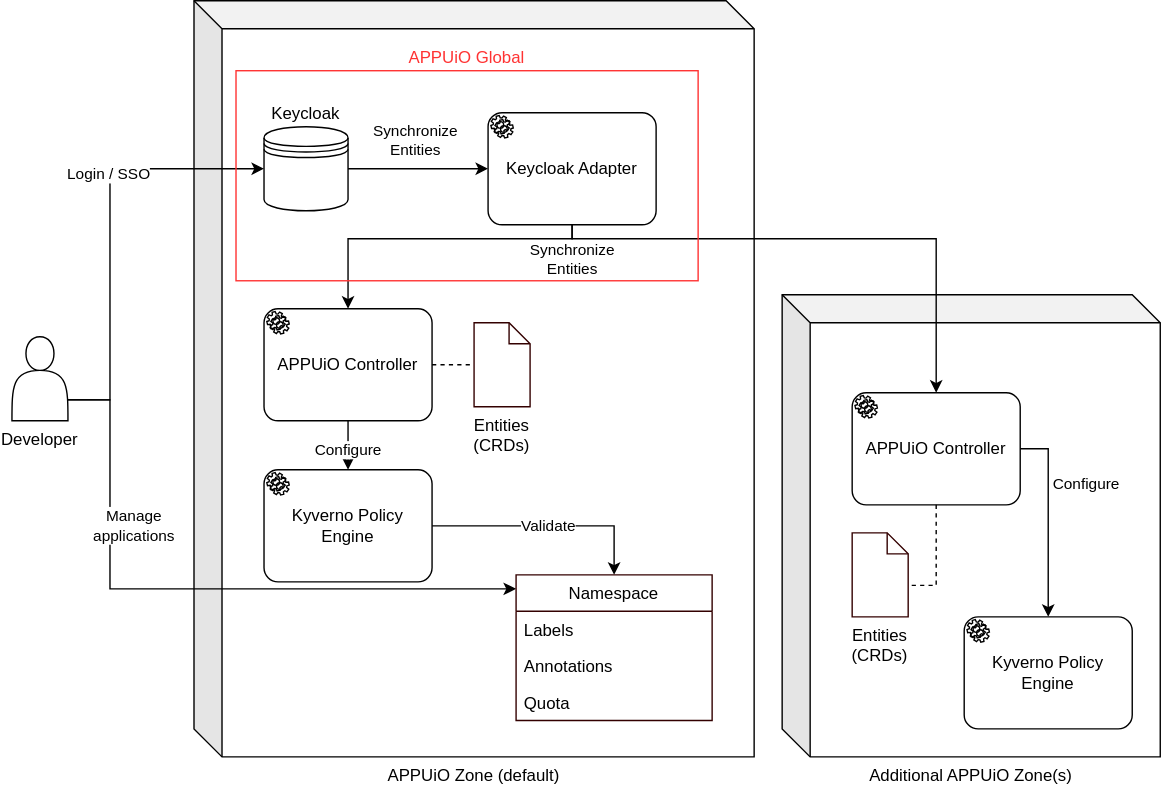
The draw.io diagram docs/modules/ROOT/assets/images/system/systemidea.drawio.svg in appuio/appuio-io-docs, before a commit. Source tidied: cells renumbered, new cells last; positions are measured from the earlier drawing's top-left corner, leaving out a move shared by most shapes.
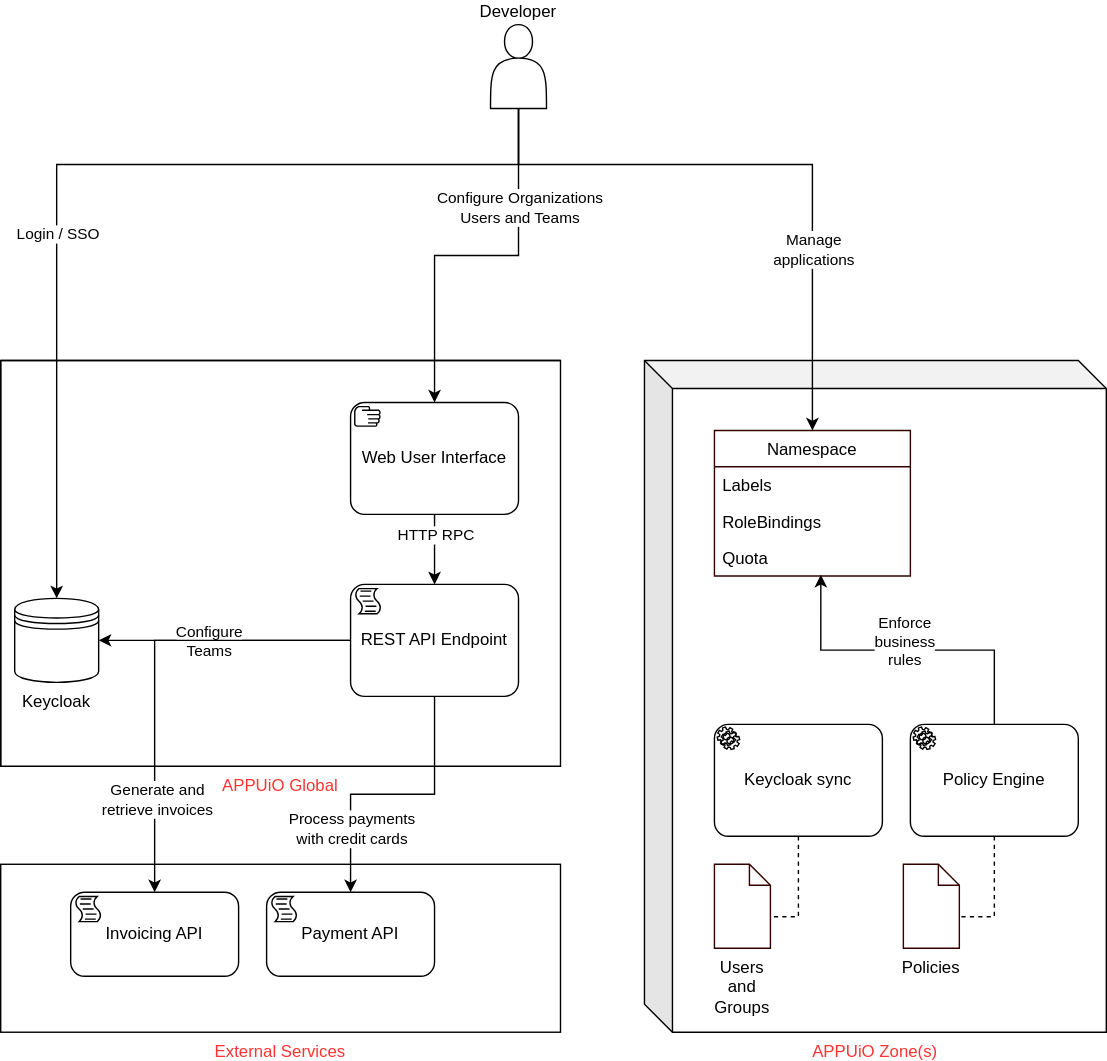
The same diagram one commit later.

Commit message:
Update system idea with latest development

Diff of the diagram source:
```diff
@@ -2,133 +2,145 @@
   <root>
     <mxCell id="0" />
     <mxCell id="1" parent="0" />
-    <mxCell id="2" value="APPUiO Zone (default)" style="shape=cube;whiteSpace=wrap;html=1;boundedLbl=1;backgroundOutline=1;darkOpacity=0.05;darkOpacity2=0.1;labelPosition=center;verticalLabelPosition=bottom;align=center;verticalAlign=top;" parent="1" vertex="1">
-      <mxGeometry x="130" width="400" height="540" as="geometry" />
-    </mxCell>
+    <mxCell id="35" style="group;" parent="1" vertex="1">
+      <mxGeometry x="480" y="220" width="330" height="480" as="geometry" />
+    </mxCell>
-    <mxCell id="3" value="Additional APPUiO Zone(s)" style="shape=cube;whiteSpace=wrap;html=1;boundedLbl=1;backgroundOutline=1;darkOpacity=0.05;darkOpacity2=0.1;labelPosition=center;verticalLabelPosition=bottom;align=center;verticalAlign=top;" parent="1" vertex="1">
-      <mxGeometry x="550" y="210" width="270" height="330" as="geometry" />
+    <mxCell id="3" value="APPUiO Zone(s)" style="shape=cube;whiteSpace=wrap;html=1;boundedLbl=1;backgroundOutline=1;darkOpacity=0.05;darkOpacity2=0.1;labelPosition=center;verticalLabelPosition=bottom;align=center;verticalAlign=top;fontColor=#FF3333;" parent="35" vertex="1">
+      <mxGeometry width="330" height="480" as="geometry" />
     </mxCell>
-    <mxCell id="4" style="edgeStyle=orthogonalEdgeStyle;rounded=0;jettySize=auto;html=1;exitX=1;exitY=0.5;exitDx=0;exitDy=0;entryX=0;entryY=0.5;entryDx=0;entryDy=0;entryPerimeter=0;" parent="1" edge="1" source="6" target="22">
-      <mxGeometry relative="1" as="geometry" />
-    </mxCell>
-    <mxCell id="5" value="Synchronize&lt;br&gt;Entities" style="edgeLabel;html=1;align=center;verticalAlign=middle;" parent="4" vertex="1">
-      <mxGeometry x="-0.23" y="1" relative="1" as="geometry">
-        <mxPoint x="9" y="-19" as="offset" />
-      </mxGeometry>
-    </mxCell>
-    <mxCell id="6" value="Keycloak" style="shape=datastore;whiteSpace=wrap;html=1;labelPosition=center;verticalLabelPosition=top;align=center;verticalAlign=bottom;" parent="1" vertex="1">
-      <mxGeometry x="180" y="90" width="60" height="60" as="geometry" />
-    </mxCell>
-    <mxCell id="7" style="edgeStyle=orthogonalEdgeStyle;rounded=0;jettySize=auto;html=1;exitX=1;exitY=0.75;exitDx=0;exitDy=0;entryX=0;entryY=0.5;entryDx=0;entryDy=0;" parent="1" edge="1" source="11" target="6">
-      <mxGeometry relative="1" as="geometry">
-        <Array as="points">
-          <mxPoint x="70" y="285" />
-          <mxPoint x="70" y="120" />
-        </Array>
-      </mxGeometry>
-    </mxCell>
-    <mxCell id="8" value="Login / SSO" style="edgeLabel;html=1;align=center;verticalAlign=middle;" parent="7" vertex="1">
-      <mxGeometry x="0.26" y="1" relative="1" as="geometry" />
-    </mxCell>
-    <mxCell id="9" style="edgeStyle=orthogonalEdgeStyle;rounded=0;jettySize=auto;html=1;exitX=1;exitY=0.75;exitDx=0;exitDy=0;" parent="1" edge="1" source="11" target="27">
-      <mxGeometry relative="1" as="geometry">
-        <Array as="points">
-          <mxPoint x="70" y="285" />
-          <mxPoint x="70" y="420" />
-        </Array>
-      </mxGeometry>
-    </mxCell>
-    <mxCell id="10" value="Manage&lt;br&gt;applications" style="edgeLabel;html=1;align=center;verticalAlign=middle;" parent="9" vertex="1">
-      <mxGeometry x="-0.2" y="-2" relative="1" as="geometry">
-        <mxPoint y="-47" as="offset" />
-      </mxGeometry>
-    </mxCell>
-    <mxCell id="11" value="Developer" style="shape=actor;whiteSpace=wrap;html=1;labelPosition=center;verticalLabelPosition=bottom;align=center;verticalAlign=top;" parent="1" vertex="1">
-      <mxGeometry y="240" width="40" height="60" as="geometry" />
-    </mxCell>
-    <mxCell id="12" style="edgeStyle=orthogonalEdgeStyle;rounded=0;jettySize=auto;html=1;" parent="1" edge="1" source="15" target="25">
-      <mxGeometry relative="1" as="geometry" />
-    </mxCell>
-    <mxCell id="13" value="Configure" style="edgeLabel;html=1;align=center;verticalAlign=middle;" parent="12" vertex="1">
-      <mxGeometry x="-0.78" y="-1" relative="1" as="geometry">
-        <mxPoint x="1" y="16" as="offset" />
-      </mxGeometry>
-    </mxCell>
-    <mxCell id="14" style="edgeStyle=orthogonalEdgeStyle;rounded=0;jettySize=auto;html=1;exitX=1;exitY=0.5;exitDx=0;exitDy=0;exitPerimeter=0;entryX=0;entryY=0.5;entryDx=0;entryDy=0;entryPerimeter=0;dashed=1;endArrow=none;endFill=0;" parent="1" edge="1" source="15" target="32">
-      <mxGeometry relative="1" as="geometry" />
-    </mxCell>
-    <mxCell id="15" value="APPUiO Controller" style="points=[[0.25,0,0],[0.5,0,0],[0.75,0,0],[1,0.25,0],[1,0.5,0],[1,0.75,0],[0.75,1,0],[0.5,1,0],[0.25,1,0],[0,0.75,0],[0,0.5,0],[0,0.25,0]];shape=mxgraph.bpmn.task;whiteSpace=wrap;rectStyle=rounded;size=10;taskMarker=service;" parent="1" vertex="1">
-      <mxGeometry x="180" y="220" width="120" height="80" as="geometry" />
-    </mxCell>
-    <mxCell id="16" style="edgeStyle=orthogonalEdgeStyle;rounded=0;jettySize=auto;html=1;entryX=0.5;entryY=0;entryDx=0;entryDy=0;entryPerimeter=0;exitX=1;exitY=0.5;exitDx=0;exitDy=0;exitPerimeter=0;" parent="1" edge="1" source="18" target="26">
-      <mxGeometry relative="1" as="geometry" />
-    </mxCell>
-    <mxCell id="17" value="Configure" style="edgeLabel;html=1;align=center;verticalAlign=middle;" parent="16" vertex="1">
-      <mxGeometry x="-0.36" y="2" relative="1" as="geometry">
-        <mxPoint x="25" as="offset" />
-      </mxGeometry>
-    </mxCell>
-    <mxCell id="18" value="APPUiO Controller" style="points=[[0.25,0,0],[0.5,0,0],[0.75,0,0],[1,0.25,0],[1,0.5,0],[1,0.75,0],[0.75,1,0],[0.5,1,0],[0.25,1,0],[0,0.75,0],[0,0.5,0],[0,0.25,0]];shape=mxgraph.bpmn.task;whiteSpace=wrap;rectStyle=rounded;size=10;taskMarker=service;" parent="1" vertex="1">
-      <mxGeometry x="600" y="280" width="120" height="80" as="geometry" />
+    <mxCell id="18" value="Keycloak sync" style="points=[[0.25,0,0],[0.5,0,0],[0.75,0,0],[1,0.25,0],[1,0.5,0],[1,0.75,0],[0.75,1,0],[0.5,1,0],[0.25,1,0],[0,0.75,0],[0,0.5,0],[0,0.25,0]];shape=mxgraph.bpmn.task;whiteSpace=wrap;rectStyle=rounded;size=10;taskMarker=service;" parent="35" vertex="1">
+      <mxGeometry x="50" y="260" width="120" height="80" as="geometry" />
     </mxCell>
-    <mxCell id="19" style="edgeStyle=orthogonalEdgeStyle;rounded=0;jettySize=auto;html=1;exitX=0.5;exitY=1;exitDx=0;exitDy=0;exitPerimeter=0;entryX=0.5;entryY=0;entryDx=0;entryDy=0;entryPerimeter=0;" parent="1" edge="1" source="22" target="15">
-      <mxGeometry relative="1" as="geometry">
-        <Array as="points">
-          <mxPoint x="400" y="170" />
-          <mxPoint x="240" y="170" />
-        </Array>
-      </mxGeometry>
-    </mxCell>
-    <mxCell id="20" style="edgeStyle=orthogonalEdgeStyle;rounded=0;jettySize=auto;html=1;exitX=0.5;exitY=1;exitDx=0;exitDy=0;exitPerimeter=0;" parent="1" edge="1" source="22" target="18">
-      <mxGeometry relative="1" as="geometry">
-        <Array as="points">
-          <mxPoint x="400" y="170" />
-        </Array>
-      </mxGeometry>
-    </mxCell>
-    <mxCell id="21" value="Synchronize&lt;br&gt;Entities" style="edgeLabel;html=1;align=center;verticalAlign=middle;" parent="20" vertex="1">
-      <mxGeometry x="-0.22" y="1" relative="1" as="geometry">
-        <mxPoint x="-139" y="16" as="offset" />
-      </mxGeometry>
-    </mxCell>
-    <mxCell id="22" value="Keycloak Adapter" style="points=[[0.25,0,0],[0.5,0,0],[0.75,0,0],[1,0.25,0],[1,0.5,0],[1,0.75,0],[0.75,1,0],[0.5,1,0],[0.25,1,0],[0,0.75,0],[0,0.5,0],[0,0.25,0]];shape=mxgraph.bpmn.task;whiteSpace=wrap;rectStyle=rounded;size=10;taskMarker=service;" parent="1" vertex="1">
-      <mxGeometry x="340" y="80" width="120" height="80" as="geometry" />
-    </mxCell>
-    <mxCell id="23" style="edgeStyle=orthogonalEdgeStyle;rounded=0;jettySize=auto;html=1;exitX=1;exitY=0.5;exitDx=0;exitDy=0;exitPerimeter=0;entryX=0.5;entryY=0;entryDx=0;entryDy=0;endArrow=classic;endFill=1;" parent="1" edge="1" source="25" target="27">
-      <mxGeometry relative="1" as="geometry" />
-    </mxCell>
-    <mxCell id="24" value="Validate" style="edgeLabel;html=1;align=center;verticalAlign=middle;" parent="23" vertex="1">
-      <mxGeometry x="0.01" relative="1" as="geometry" />
-    </mxCell>
-    <mxCell id="25" value="Kyverno Policy Engine" style="points=[[0.25,0,0],[0.5,0,0],[0.75,0,0],[1,0.25,0],[1,0.5,0],[1,0.75,0],[0.75,1,0],[0.5,1,0],[0.25,1,0],[0,0.75,0],[0,0.5,0],[0,0.25,0]];shape=mxgraph.bpmn.task;whiteSpace=wrap;rectStyle=rounded;size=10;taskMarker=service;" parent="1" vertex="1">
-      <mxGeometry x="180" y="335" width="120" height="80" as="geometry" />
-    </mxCell>
-    <mxCell id="26" value="Kyverno Policy Engine" style="points=[[0.25,0,0],[0.5,0,0],[0.75,0,0],[1,0.25,0],[1,0.5,0],[1,0.75,0],[0.75,1,0],[0.5,1,0],[0.25,1,0],[0,0.75,0],[0,0.5,0],[0,0.25,0]];shape=mxgraph.bpmn.task;whiteSpace=wrap;rectStyle=rounded;size=10;taskMarker=service;" parent="1" vertex="1">
-      <mxGeometry x="680" y="440" width="120" height="80" as="geometry" />
+    <mxCell id="26" value="Policy Engine" style="points=[[0.25,0,0],[0.5,0,0],[0.75,0,0],[1,0.25,0],[1,0.5,0],[1,0.75,0],[0.75,1,0],[0.5,1,0],[0.25,1,0],[0,0.75,0],[0,0.5,0],[0,0.25,0]];shape=mxgraph.bpmn.task;whiteSpace=wrap;rectStyle=rounded;size=10;taskMarker=service;" parent="35" vertex="1">
+      <mxGeometry x="190" y="260" width="120" height="80" as="geometry" />
     </mxCell>
+    <mxCell id="33" value="Users&lt;br&gt;and&lt;br&gt;Groups" style="shape=mxgraph.bpmn.data;labelPosition=center;verticalLabelPosition=bottom;align=center;verticalAlign=top;whiteSpace=wrap;size=15;html=1;strokeColor=#330000;" parent="35" vertex="1">
+      <mxGeometry x="50" y="360" width="40" height="60" as="geometry" />
+    </mxCell>
+    <mxCell id="34" style="edgeStyle=orthogonalEdgeStyle;rounded=0;jettySize=auto;html=1;exitX=0.5;exitY=1;exitDx=0;exitDy=0;exitPerimeter=0;entryX=0;entryY=0;entryDx=40;entryDy=37.5;entryPerimeter=0;dashed=1;endArrow=none;endFill=0;" parent="35" edge="1" source="18" target="33">
+      <mxGeometry y="190" as="geometry" />
+    </mxCell>
+    <mxCell id="36" value="Policies" style="shape=mxgraph.bpmn.data;labelPosition=center;verticalLabelPosition=bottom;align=center;verticalAlign=top;whiteSpace=wrap;size=15;html=1;strokeColor=#330000;" parent="35" vertex="1">
+      <mxGeometry x="185" y="360" width="40" height="60" as="geometry" />
+    </mxCell>
+    <mxCell id="37" style="edgeStyle=orthogonalEdgeStyle;rounded=0;jettySize=auto;html=1;exitX=0.5;exitY=1;exitDx=0;exitDy=0;exitPerimeter=0;entryX=0;entryY=0;entryDx=40;entryDy=37.5;entryPerimeter=0;dashed=1;endArrow=none;endFill=0;" parent="35" edge="1" source="26" target="36">
+      <mxGeometry y="190" as="geometry">
+        <Array as="points">
+          <mxPoint x="250" y="398" />
+        </Array>
+      </mxGeometry>
+    </mxCell>
-    <mxCell id="27" value="Namespace" style="swimlane;fontStyle=0;horizontal=1;startSize=26;fillColor=none;strokeColor=#330000;" parent="1" vertex="1">
-      <mxGeometry x="360" y="410" width="140" height="104" as="geometry" />
+    <mxCell id="27" value="Namespace" style="swimlane;fontStyle=0;horizontal=1;startSize=26;fillColor=none;strokeColor=#330000;" parent="35" vertex="1">
+      <mxGeometry x="50" y="50" width="140" height="104" as="geometry" />
     </mxCell>
     <mxCell id="28" value="Labels" style="text;strokeColor=none;fillColor=none;align=left;verticalAlign=top;spacingLeft=4;spacingRight=4;overflow=hidden;" parent="27" vertex="1">
       <mxGeometry y="26" width="140" height="26" as="geometry" />
     </mxCell>
-    <mxCell id="29" value="Annotations" style="text;strokeColor=none;fillColor=none;align=left;verticalAlign=top;spacingLeft=4;spacingRight=4;overflow=hidden;" parent="27" vertex="1">
+    <mxCell id="29" value="RoleBindings" style="text;strokeColor=none;fillColor=none;align=left;verticalAlign=top;spacingLeft=4;spacingRight=4;overflow=hidden;" parent="27" vertex="1">
       <mxGeometry y="52" width="140" height="26" as="geometry" />
     </mxCell>
     <mxCell id="30" value="Quota" style="text;strokeColor=none;fillColor=none;align=left;verticalAlign=top;spacingLeft=4;spacingRight=4;overflow=hidden;points=[[0,0.5],[1,0.5]];portConstraint=eastwest;" parent="27" vertex="1">
       <mxGeometry y="78" width="140" height="26" as="geometry" />
     </mxCell>
-    <mxCell id="31" value="APPUiO Global" style="rounded=0;whiteSpace=wrap;html=1;fillColor=none;strokeColor=#FF3333;labelPosition=center;verticalLabelPosition=top;align=center;verticalAlign=bottom;fontColor=#FF3333;" parent="1" vertex="1">
-      <mxGeometry x="160" y="50" width="330" height="150" as="geometry" />
-    </mxCell>
-    <mxCell id="32" value="Entities&lt;br&gt;(CRDs)" style="shape=mxgraph.bpmn.data;labelPosition=center;verticalLabelPosition=bottom;align=center;verticalAlign=top;whiteSpace=wrap;size=15;html=1;strokeColor=#330000;" parent="1" vertex="1">
-      <mxGeometry x="330" y="230" width="40" height="60" as="geometry" />
-    </mxCell>
-    <mxCell id="33" value="Entities&lt;br&gt;(CRDs)" style="shape=mxgraph.bpmn.data;labelPosition=center;verticalLabelPosition=bottom;align=center;verticalAlign=top;whiteSpace=wrap;size=15;html=1;strokeColor=#330000;" parent="1" vertex="1">
-      <mxGeometry x="600" y="380" width="40" height="60" as="geometry" />
-    </mxCell>
-    <mxCell id="34" style="edgeStyle=orthogonalEdgeStyle;rounded=0;jettySize=auto;html=1;exitX=0.5;exitY=1;exitDx=0;exitDy=0;exitPerimeter=0;entryX=0;entryY=0;entryDx=40;entryDy=37.5;entryPerimeter=0;dashed=1;endArrow=none;endFill=0;" parent="1" edge="1" source="18" target="33">
-      <mxGeometry relative="1" as="geometry" />
-    </mxCell>
+    <mxCell id="38" style="edgeStyle=orthogonalEdgeStyle;rounded=0;jettySize=auto;html=1;entryX=0.543;entryY=0.968;entryDx=0;entryDy=0;entryPerimeter=0;" parent="35" edge="1" source="26" target="30">
+      <mxGeometry as="geometry" />
+    </mxCell>
+    <mxCell id="39" value="Enforce&lt;br&gt;business&lt;br&gt;rules" style="edgeLabel;html=1;align=center;verticalAlign=middle;" parent="38" vertex="1">
+      <mxGeometry x="-0.53" y="-2" relative="1" as="geometry">
+        <mxPoint x="-63" y="-5" as="offset" />
+      </mxGeometry>
+    </mxCell>
+    <mxCell id="40" value="External Services" style="rounded=0;whiteSpace=wrap;html=1;labelPosition=center;verticalLabelPosition=bottom;align=center;verticalAlign=top;fontColor=#FF3333;" parent="1" vertex="1">
+      <mxGeometry x="20" y="580" width="400" height="120" as="geometry" />
+    </mxCell>
+    <mxCell id="2" value="APPUiO Global" style="shape=cube;whiteSpace=wrap;html=1;boundedLbl=1;backgroundOutline=1;darkOpacity=0.05;darkOpacity2=0.1;labelPosition=center;verticalLabelPosition=bottom;align=center;verticalAlign=top;size=0;fontColor=#FF3333;" parent="1" vertex="1">
+      <mxGeometry x="20" y="220" width="400" height="290" as="geometry" />
+    </mxCell>
+    <mxCell id="6" value="Keycloak" style="shape=datastore;whiteSpace=wrap;html=1;labelPosition=center;verticalLabelPosition=bottom;align=center;verticalAlign=top;" parent="1" vertex="1">
+      <mxGeometry x="30" y="390" width="60" height="60" as="geometry" />
+    </mxCell>
+    <mxCell id="7" style="edgeStyle=orthogonalEdgeStyle;rounded=0;jettySize=auto;html=1;exitX=0.5;exitY=1;exitDx=0;exitDy=0;entryX=0.5;entryY=0;entryDx=0;entryDy=0;" parent="1" edge="1" source="11" target="6">
+      <mxGeometry relative="1" as="geometry">
+        <Array as="points">
+          <mxPoint x="150" y="80" />
+          <mxPoint x="130" y="80" />
+        </Array>
+      </mxGeometry>
+    </mxCell>
+    <mxCell id="8" value="Login / SSO" style="edgeLabel;html=1;align=center;verticalAlign=middle;" parent="7" vertex="1">
+      <mxGeometry x="0.26" y="1" relative="1" as="geometry">
+        <mxPoint x="-1" y="-8" as="offset" />
+      </mxGeometry>
+    </mxCell>
+    <mxCell id="41" style="edgeStyle=orthogonalEdgeStyle;rounded=0;jettySize=auto;html=1;exitX=0.5;exitY=1;exitDx=0;exitDy=0;entryX=0.5;entryY=0;entryDx=0;entryDy=0;entryPerimeter=0;" parent="1" edge="1" source="11" target="45">
+      <mxGeometry relative="1" as="geometry" />
+    </mxCell>
+    <mxCell id="42" value="Configure Organizations&lt;br&gt;Users and Teams" style="edgeLabel;html=1;align=center;verticalAlign=middle;" parent="41" vertex="1">
+      <mxGeometry x="0.34" y="1" relative="1" as="geometry">
+        <mxPoint x="59" y="-50" as="offset" />
+      </mxGeometry>
+    </mxCell>
+    <mxCell id="11" value="Developer" style="shape=actor;whiteSpace=wrap;html=1;labelPosition=center;verticalLabelPosition=top;align=center;verticalAlign=bottom;" parent="1" vertex="1">
+      <mxGeometry x="370" y="-20" width="40" height="60" as="geometry" />
+    </mxCell>
+    <mxCell id="43" style="edgeStyle=orthogonalEdgeStyle;rounded=0;jettySize=auto;html=1;" parent="1" edge="1" source="45" target="52">
+      <mxGeometry relative="1" as="geometry" />
+    </mxCell>
+    <mxCell id="44" value="HTTP RPC" style="edgeLabel;html=1;align=center;verticalAlign=middle;" parent="43" vertex="1">
+      <mxGeometry x="-0.71" relative="1" as="geometry">
+        <mxPoint y="7" as="offset" />
+      </mxGeometry>
+    </mxCell>
+    <mxCell id="45" value="Web User Interface" style="points=[[0.25,0,0],[0.5,0,0],[0.75,0,0],[1,0.25,0],[1,0.5,0],[1,0.75,0],[0.75,1,0],[0.5,1,0],[0.25,1,0],[0,0.75,0],[0,0.5,0],[0,0.25,0]];shape=mxgraph.bpmn.task;whiteSpace=wrap;rectStyle=rounded;size=10;taskMarker=manual;" parent="1" vertex="1">
+      <mxGeometry x="270" y="250" width="120" height="80" as="geometry" />
+    </mxCell>
+    <mxCell id="9" style="edgeStyle=orthogonalEdgeStyle;rounded=0;jettySize=auto;html=1;exitX=0.5;exitY=1;exitDx=0;exitDy=0;entryX=0.5;entryY=0;entryDx=0;entryDy=0;" parent="1" edge="1" source="11" target="27">
+      <mxGeometry relative="1" as="geometry">
+        <Array as="points">
+          <mxPoint x="390" y="80" />
+          <mxPoint x="600" y="80" />
+        </Array>
+      </mxGeometry>
+    </mxCell>
+    <mxCell id="10" value="Manage&lt;br&gt;applications" style="edgeLabel;html=1;align=center;verticalAlign=middle;" parent="9" vertex="1">
+      <mxGeometry x="-0.2" y="-2" relative="1" as="geometry">
+        <mxPoint x="74" y="58" as="offset" />
+      </mxGeometry>
+    </mxCell>
+    <mxCell id="46" style="edgeStyle=orthogonalEdgeStyle;rounded=0;jettySize=auto;html=1;" parent="1" edge="1" source="52" target="6">
+      <mxGeometry relative="1" as="geometry" />
+    </mxCell>
+    <mxCell id="47" value="Configure&lt;br&gt;Teams" style="edgeLabel;html=1;align=center;verticalAlign=middle;" parent="46" vertex="1">
+      <mxGeometry x="0.23" y="-1" relative="1" as="geometry">
+        <mxPoint x="9" y="1" as="offset" />
+      </mxGeometry>
+    </mxCell>
+    <mxCell id="48" style="edgeStyle=orthogonalEdgeStyle;rounded=0;jettySize=auto;html=1;entryX=0.5;entryY=0;entryDx=0;entryDy=0;entryPerimeter=0;" parent="1" edge="1" source="52" target="54">
+      <mxGeometry relative="1" as="geometry" />
+    </mxCell>
+    <mxCell id="49" value="Process payments&lt;br&gt;with credit cards" style="edgeLabel;html=1;align=center;verticalAlign=middle;fontColor=#000000;" parent="48" vertex="1">
+      <mxGeometry x="0.4" y="2" relative="1" as="geometry">
+        <mxPoint x="-2" y="14" as="offset" />
+      </mxGeometry>
+    </mxCell>
+    <mxCell id="50" style="edgeStyle=orthogonalEdgeStyle;rounded=0;jettySize=auto;html=1;entryX=0.5;entryY=0;entryDx=0;entryDy=0;entryPerimeter=0;" parent="1" edge="1" source="52" target="53">
+      <mxGeometry relative="1" as="geometry">
+        <Array as="points">
+          <mxPoint x="130" y="420" />
+        </Array>
+      </mxGeometry>
+    </mxCell>
+    <mxCell id="51" value="Generate and&lt;br&gt;retrieve invoices" style="edgeLabel;html=1;align=center;verticalAlign=middle;fontColor=#000000;" parent="50" vertex="1">
+      <mxGeometry x="0.58" y="1" relative="1" as="geometry" />
+    </mxCell>
+    <mxCell id="52" value="REST API Endpoint" style="points=[[0.25,0,0],[0.5,0,0],[0.75,0,0],[1,0.25,0],[1,0.5,0],[1,0.75,0],[0.75,1,0],[0.5,1,0],[0.25,1,0],[0,0.75,0],[0,0.5,0],[0,0.25,0]];shape=mxgraph.bpmn.task;whiteSpace=wrap;rectStyle=rounded;size=10;taskMarker=script;" parent="1" vertex="1">
+      <mxGeometry x="270" y="380" width="120" height="80" as="geometry" />
+    </mxCell>
+    <mxCell id="53" value="Invoicing API" style="points=[[0.25,0,0],[0.5,0,0],[0.75,0,0],[1,0.25,0],[1,0.5,0],[1,0.75,0],[0.75,1,0],[0.5,1,0],[0.25,1,0],[0,0.75,0],[0,0.5,0],[0,0.25,0]];shape=mxgraph.bpmn.task;whiteSpace=wrap;rectStyle=rounded;size=10;taskMarker=script;" parent="1" vertex="1">
+      <mxGeometry x="70" y="600" width="120" height="60" as="geometry" />
+    </mxCell>
+    <mxCell id="54" value="Payment API" style="points=[[0.25,0,0],[0.5,0,0],[0.75,0,0],[1,0.25,0],[1,0.5,0],[1,0.75,0],[0.75,1,0],[0.5,1,0],[0.25,1,0],[0,0.75,0],[0,0.5,0],[0,0.25,0]];shape=mxgraph.bpmn.task;whiteSpace=wrap;rectStyle=rounded;size=10;taskMarker=script;" parent="1" vertex="1">
+      <mxGeometry x="210" y="600" width="120" height="60" as="geometry" />
+    </mxCell>
   </root>
 </mxGraphModel>
```
